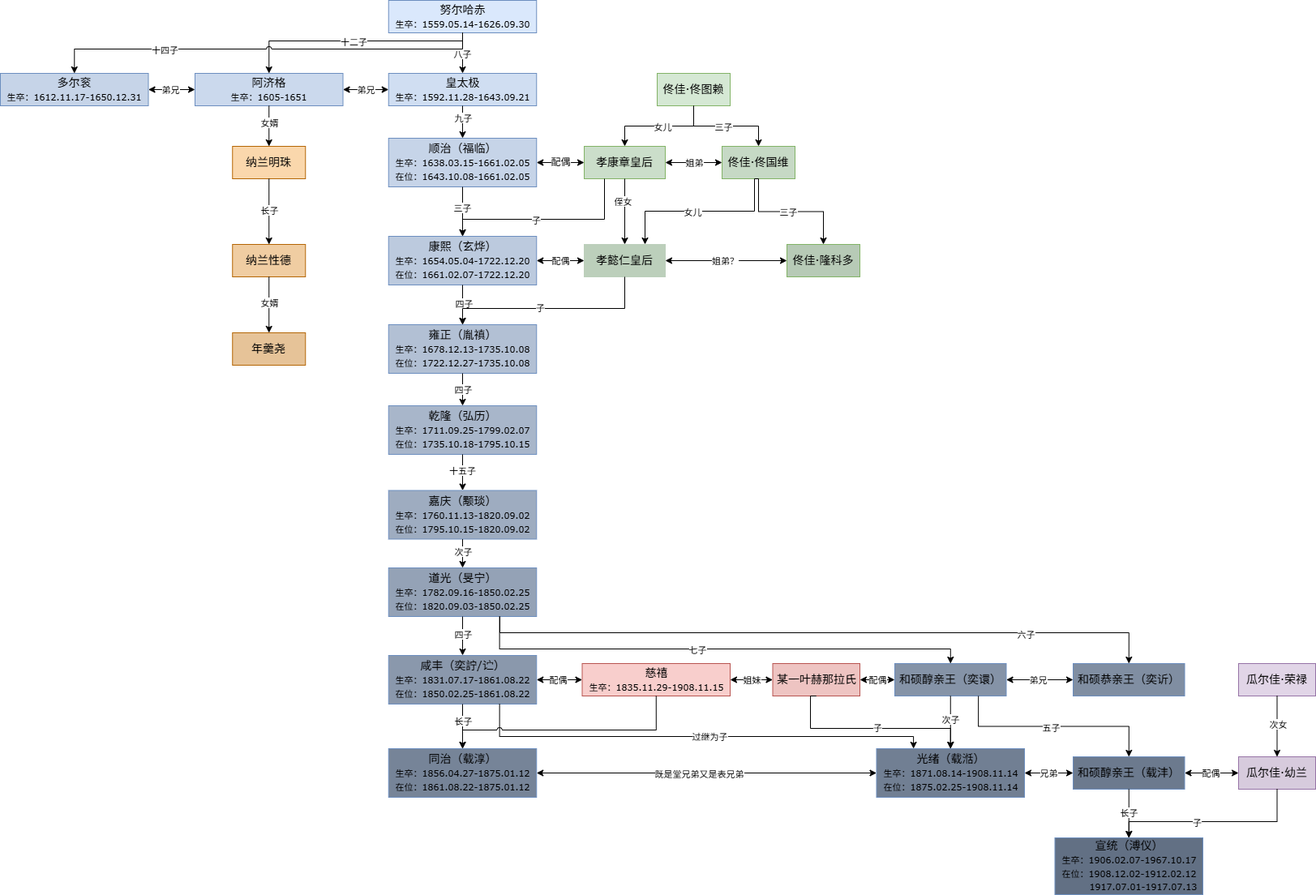
guxdong/imgrepo keeps this draw.io diagram as pic/清朝人物关系.drawio.png. Above is the earlier version. Source tidied: cells renumbered, new cells last; positions are measured from the earlier drawing's top-left corner, leaving out a move shared by most shapes.
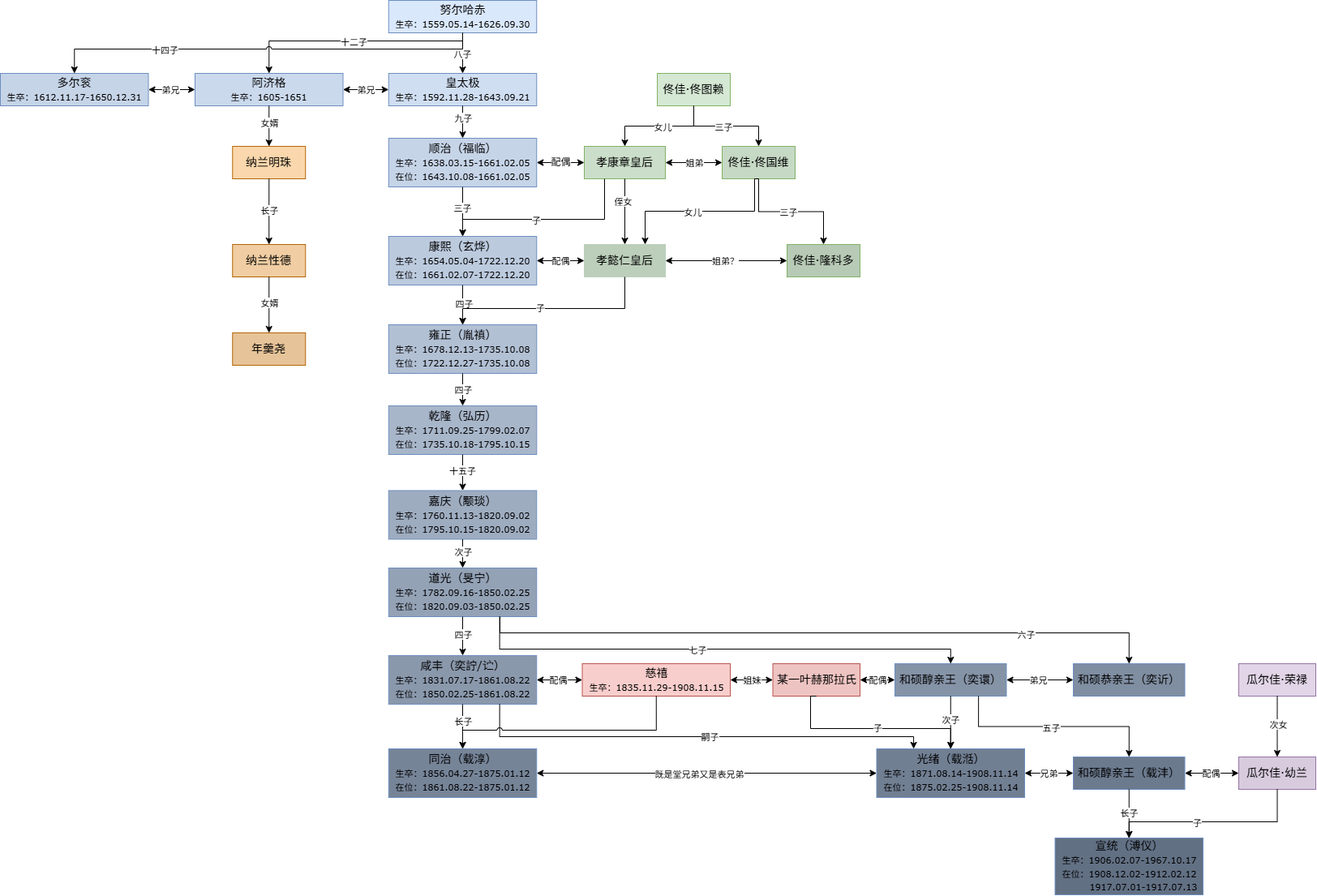
Later version of the same file.

Commit message:
更新清朝人物关系.drawio.png

Diff of the diagram source:
```diff
@@ -325,7 +325,7 @@
         </Array>
       </mxGeometry>
     </mxCell>
-    <mxCell id="86" value="过继为子" style="edgeLabel;html=1;align=center;verticalAlign=middle;fontFamily=Verdana;" parent="85" vertex="1">
+    <mxCell id="86" value="嗣子" style="edgeLabel;html=1;align=center;verticalAlign=middle;fontFamily=Verdana;" parent="85" vertex="1">
       <mxGeometry x="0.06" y="1" relative="1" as="geometry" />
     </mxCell>
     <mxCell id="87" value="瓜尔佳·荣禄" style="rounded=0;whiteSpace=wrap;html=1;fontFamily=Verdana;fontSize=14;fillColor=#e1d5e7;strokeColor=#9673a6;" parent="1" vertex="1">
```
